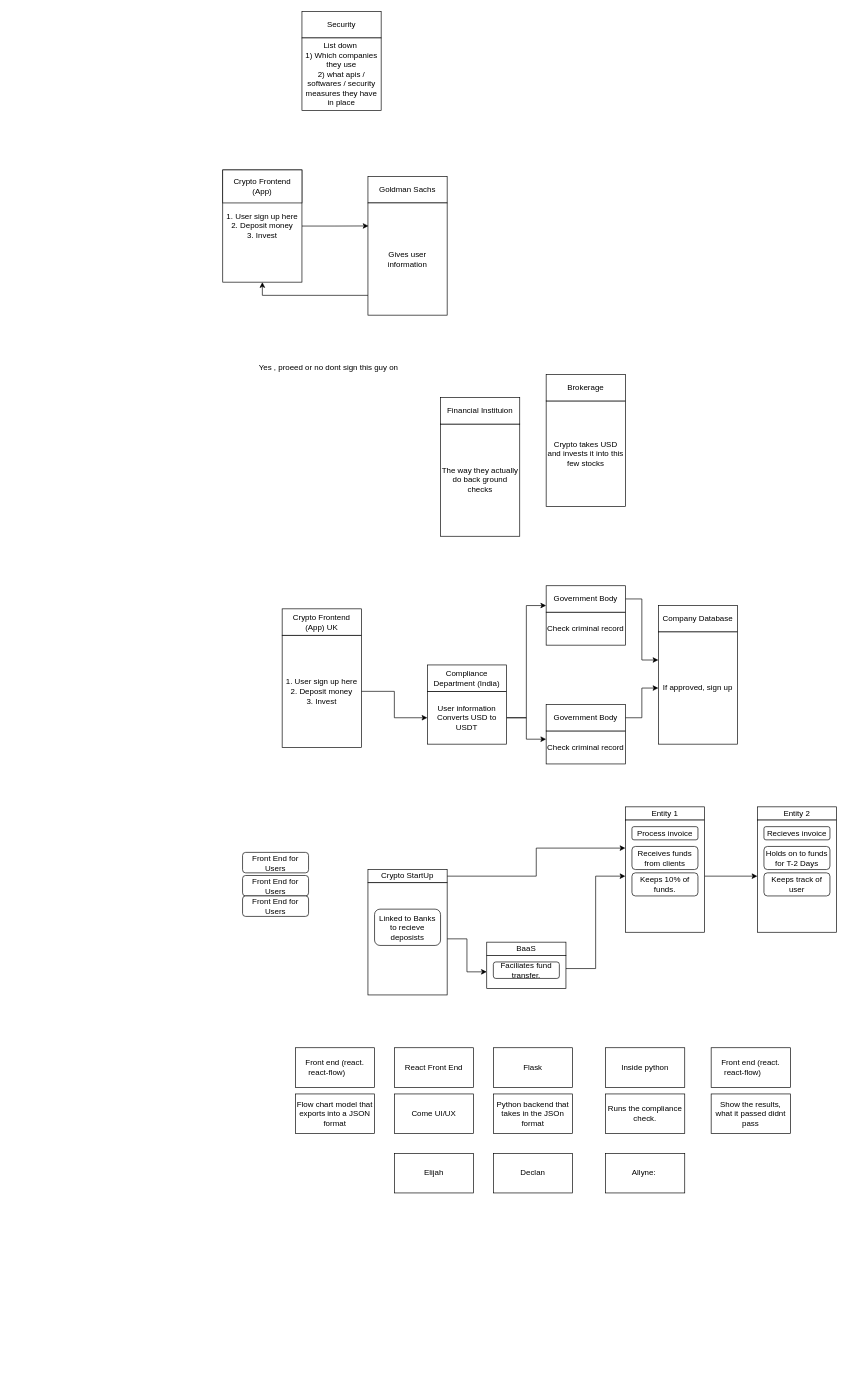
Above: images/styleFrame1.drawio in peek00/ellipsisTechHack2022 (draw.io), before the change. Source tidied: cells renumbered, new cells numbered last; positions are measured from the earlier drawing's top-left corner, leaving out a move shared by most shapes. Both pictures are drawn from the tidied source at 66%, with x=0, y=0 at pixel (222, 11).
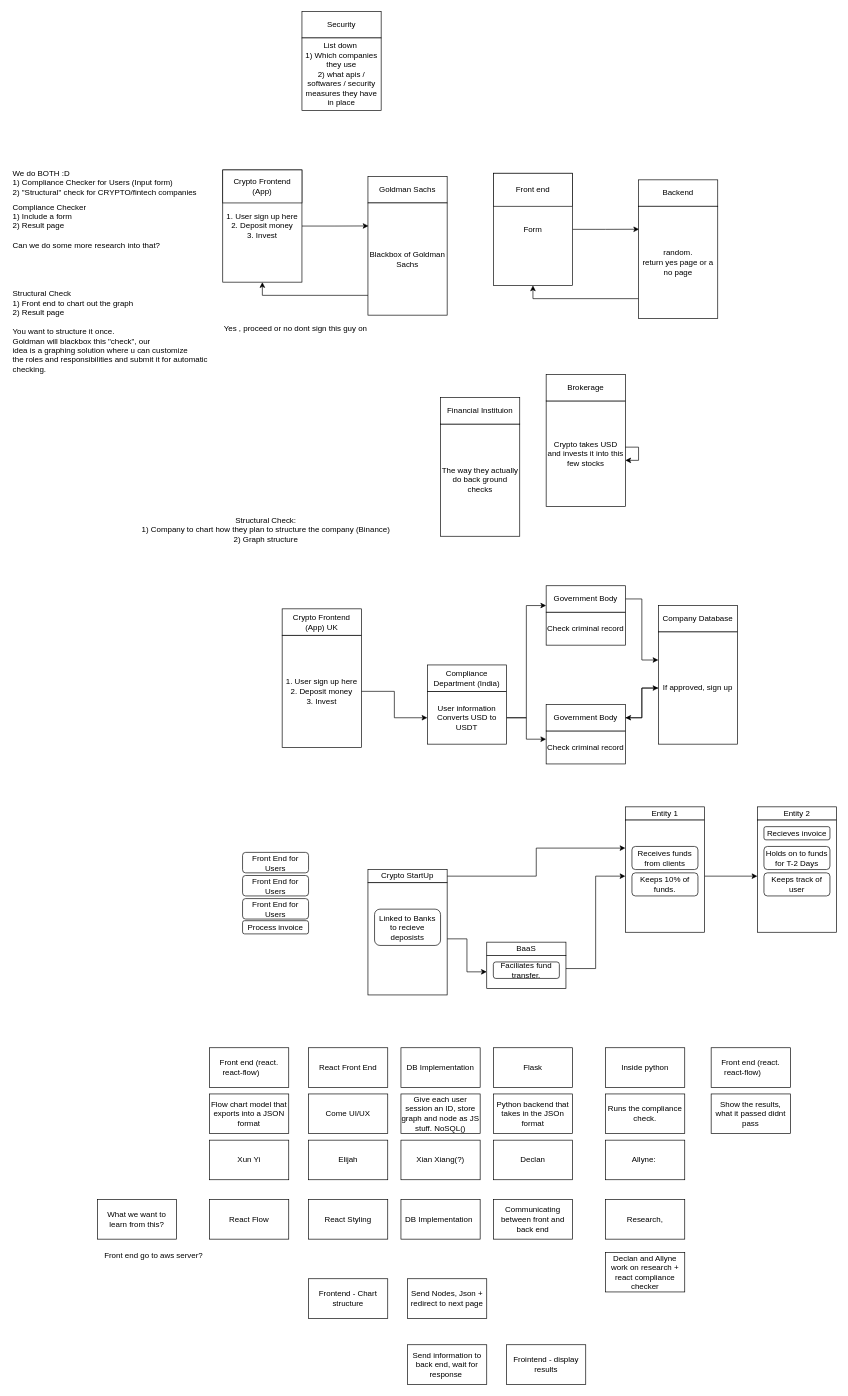
The same page after the edit.

Commit message (it also covers changes not shown here):
Adding in service type for custom node

The change refers to these unchanged cells:
```xml
<mxCell id="47" value="Crypto takes USD and invests it into this few stocks" style="rounded=0;whiteSpace=wrap;html=1;" parent="1" vertex="1">
  <mxGeometry x="490" y="590" width="120" height="160" as="geometry" />
</mxCell>
<mxCell id="51" value="Government Body" style="rounded=0;whiteSpace=wrap;html=1;" parent="1" vertex="1">
  <mxGeometry x="490" y="1050" width="120" height="40" as="geometry" />
</mxCell>
<mxCell id="56" value="If approved, sign up" style="rounded=0;whiteSpace=wrap;html=1;" parent="1" vertex="1">
  <mxGeometry x="660" y="940" width="120" height="170" as="geometry" />
</mxCell>
```

Change to the diagram source:
```diff
@@
     <mxCell id="5" value="Process invoice" style="rounded=1;whiteSpace=wrap;html=1;" parent="1" vertex="1">
-      <mxGeometry x="620" y="1235" width="100" height="20" as="geometry" />
+      <mxGeometry x="30" y="1377.5" width="100" height="20" as="geometry" />
     </mxCell>
@@
     <mxCell id="23" value="Flow chart model that exports into a JSON format" style="rounded=0;whiteSpace=wrap;html=1;" parent="1" vertex="1">
-      <mxGeometry x="110" y="1640" width="120" height="60" as="geometry" />
+      <mxGeometry x="-20" y="1640" width="120" height="60" as="geometry" />
     </mxCell>
@@
     <mxCell id="27" value="Front End for Users" style="rounded=1;whiteSpace=wrap;html=1;" parent="1" vertex="1">
-      <mxGeometry x="30" y="1340" width="100" height="31" as="geometry" />
+      <mxGeometry x="30" y="1344" width="100" height="31" as="geometry" />
     </mxCell>
     <mxCell id="28" value="Front end (react. react-flow)&lt;span style=&quot;white-space: pre;&quot;&gt;&#9;&lt;/span&gt;" style="rounded=0;whiteSpace=wrap;html=1;" parent="1" vertex="1">
-      <mxGeometry x="110" y="1570" width="120" height="60" as="geometry" />
+      <mxGeometry x="-20" y="1570" width="120" height="60" as="geometry" />
     </mxCell>
@@
     <mxCell id="33" value="Declan" style="rounded=0;whiteSpace=wrap;html=1;" parent="1" vertex="1">
-      <mxGeometry x="410" y="1730" width="120" height="60" as="geometry" />
+      <mxGeometry x="410" y="1710" width="120" height="60" as="geometry" />
     </mxCell>
     <mxCell id="34" value="Allyne:&amp;nbsp;" style="rounded=0;whiteSpace=wrap;html=1;" parent="1" vertex="1">
-      <mxGeometry x="580" y="1730" width="120" height="60" as="geometry" />
+      <mxGeometry x="580" y="1710" width="120" height="60" as="geometry" />
     </mxCell>
     <mxCell id="35" value="React Front End" style="rounded=0;whiteSpace=wrap;html=1;" parent="1" vertex="1">
-      <mxGeometry x="260" y="1570" width="120" height="60" as="geometry" />
+      <mxGeometry x="130" y="1570" width="120" height="60" as="geometry" />
     </mxCell>
     <mxCell id="36" value="Come UI/UX" style="rounded=0;whiteSpace=wrap;html=1;" parent="1" vertex="1">
-      <mxGeometry x="260" y="1640" width="120" height="60" as="geometry" />
+      <mxGeometry x="130" y="1640" width="120" height="60" as="geometry" />
     </mxCell>
     <mxCell id="37" value="Elijah" style="rounded=0;whiteSpace=wrap;html=1;" parent="1" vertex="1">
-      <mxGeometry x="260" y="1730" width="120" height="60" as="geometry" />
+      <mxGeometry x="130" y="1710" width="120" height="60" as="geometry" />
     </mxCell>
@@
+    <mxCell id="66" style="edgeStyle=orthogonalEdgeStyle;rounded=0;jettySize=auto;html=1;" parent="1" edge="1" source="56" target="51">
+      <mxGeometry relative="1" as="geometry" />
+    </mxCell>
@@
-    <mxCell id="62" value="Gives user information" style="rounded=0;whiteSpace=wrap;html=1;" parent="1" vertex="1">
+    <mxCell id="62" value="Blackbox of Goldman Sachs" style="rounded=0;whiteSpace=wrap;html=1;" parent="1" vertex="1">
       <mxGeometry x="220" y="290" width="120" height="170" as="geometry" />
     </mxCell>
-    <mxCell id="63" value="Yes , proeed or no dont sign this guy on" style="text;html=1;align=center;verticalAlign=middle;strokeColor=none;fillColor=none;" parent="1" vertex="1">
-      <mxGeometry x="45" y="525" width="230" height="30" as="geometry" />
+    <mxCell id="63" value="Yes , proceed or no dont sign this guy on" style="text;html=1;align=left;verticalAlign=middle;strokeColor=none;fillColor=none;" parent="1" vertex="1">
+      <mxGeometry y="465" width="240" height="30" as="geometry" />
     </mxCell>
@@
+    <mxCell id="67" value="DB Implementation" style="rounded=0;whiteSpace=wrap;html=1;" parent="1" vertex="1">
+      <mxGeometry x="270" y="1570" width="120" height="60" as="geometry" />
+    </mxCell>
+    <mxCell id="68" value="Give each user session an ID, store graph and node as JS stuff. NoSQL()" style="rounded=0;whiteSpace=wrap;html=1;" parent="1" vertex="1">
+      <mxGeometry x="270" y="1640" width="120" height="60" as="geometry" />
+    </mxCell>
+    <mxCell id="69" value="Xian Xiang(?)" style="rounded=0;whiteSpace=wrap;html=1;" parent="1" vertex="1">
+      <mxGeometry x="270" y="1710" width="120" height="60" as="geometry" />
+    </mxCell>
+    <mxCell id="70" value="Xun Yi" style="rounded=0;whiteSpace=wrap;html=1;" parent="1" vertex="1">
+      <mxGeometry x="-20" y="1710" width="120" height="60" as="geometry" />
+    </mxCell>
+    <mxCell id="71" value="Frontend - Chart structure" style="rounded=0;whiteSpace=wrap;html=1;" parent="1" vertex="1">
+      <mxGeometry x="130" y="1920" width="120" height="60" as="geometry" />
+    </mxCell>
+    <mxCell id="72" value="Send Nodes, Json + redirect to next page" style="rounded=0;whiteSpace=wrap;html=1;" parent="1" vertex="1">
+      <mxGeometry x="280" y="1920" width="120" height="60" as="geometry" />
+    </mxCell>
+    <mxCell id="73" value="Send information to back end, wait for response&amp;nbsp;" style="rounded=0;whiteSpace=wrap;html=1;" parent="1" vertex="1">
+      <mxGeometry x="280" y="2020" width="120" height="60" as="geometry" />
+    </mxCell>
+    <mxCell id="74" value="Frointend - display results" style="rounded=0;whiteSpace=wrap;html=1;" parent="1" vertex="1">
+      <mxGeometry x="430" y="2020" width="120" height="60" as="geometry" />
+    </mxCell>
+    <mxCell id="75" value="Compliance Checker&lt;br&gt;1) Include a form&amp;nbsp;&lt;br&gt;2) Result page&lt;br&gt;&lt;br&gt;&lt;div style=&quot;&quot;&gt;Can we do some more research into that?&amp;nbsp;&lt;/div&gt;" style="text;html=1;align=left;verticalAlign=middle;strokeColor=none;fillColor=none;" parent="1" vertex="1">
+      <mxGeometry x="-320" y="280" width="250" height="90" as="geometry" />
+    </mxCell>
+    <mxCell id="76" style="edgeStyle=orthogonalEdgeStyle;rounded=0;orthogonalLoop=1;jettySize=auto;html=1;" parent="1" edge="1" source="47" target="47">
+      <mxGeometry relative="1" as="geometry" />
+    </mxCell>
+    <mxCell id="77" value="Structural Check:&lt;br&gt;1) Company to chart how they plan to structure the company (Binance)&lt;br&gt;2) Graph structure" style="text;html=1;align=center;verticalAlign=middle;strokeColor=none;fillColor=none;" parent="1" vertex="1">
+      <mxGeometry x="-135" y="755" width="400" height="60" as="geometry" />
+    </mxCell>
+    <mxCell id="78" value="We do BOTH :D&lt;br&gt;1) Compliance Checker for Users (Input form)&lt;br&gt;2) &quot;Structural&quot; check for CRYPTO/fintech companies" style="text;html=1;align=left;verticalAlign=middle;strokeColor=none;fillColor=none;" parent="1" vertex="1">
+      <mxGeometry x="-320" y="230" width="300" height="60" as="geometry" />
+    </mxCell>
+    <mxCell id="79" value="&lt;div style=&quot;&quot;&gt;&lt;span style=&quot;background-color: initial;&quot;&gt;Structural Check&lt;/span&gt;&lt;/div&gt;&lt;div style=&quot;&quot;&gt;&lt;span style=&quot;background-color: initial;&quot;&gt;1) Front end to chart out the graph&lt;/span&gt;&lt;/div&gt;&lt;div style=&quot;&quot;&gt;&lt;span style=&quot;background-color: initial;&quot;&gt;2) Result page&lt;/span&gt;&lt;/div&gt;&lt;div style=&quot;&quot;&gt;&lt;span style=&quot;background-color: initial;&quot;&gt;&lt;br&gt;&lt;/span&gt;&lt;/div&gt;&lt;div style=&quot;&quot;&gt;You want to structure it once.&lt;/div&gt;&lt;div style=&quot;&quot;&gt;Goldman will blackbox this &quot;check&quot;, our&lt;/div&gt;&lt;div style=&quot;&quot;&gt;idea is a graphing solution where u can customize&lt;/div&gt;&lt;div style=&quot;&quot;&gt;the roles and responsibilities and submit it for automatic&lt;/div&gt;&lt;div style=&quot;&quot;&gt;checking.&lt;/div&gt;" style="text;html=1;align=left;verticalAlign=middle;strokeColor=none;fillColor=none;" parent="1" vertex="1">
+      <mxGeometry x="-320" y="415" width="320" height="140" as="geometry" />
+    </mxCell>
+    <mxCell id="80" style="edgeStyle=orthogonalEdgeStyle;rounded=0;jettySize=auto;html=1;entryX=0.007;entryY=0.205;entryDx=0;entryDy=0;entryPerimeter=0;" parent="1" edge="1" source="81" target="85">
+      <mxGeometry relative="1" as="geometry" />
+    </mxCell>
+    <mxCell id="81" value="Form" style="rounded=0;whiteSpace=wrap;html=1;" parent="1" vertex="1">
+      <mxGeometry x="410" y="245" width="120" height="170" as="geometry" />
+    </mxCell>
+    <mxCell id="82" value="Front end" style="rounded=0;whiteSpace=wrap;html=1;" parent="1" vertex="1">
+      <mxGeometry x="410" y="245" width="120" height="50" as="geometry" />
+    </mxCell>
+    <mxCell id="83" value="Backend" style="rounded=0;whiteSpace=wrap;html=1;" parent="1" vertex="1">
+      <mxGeometry x="630" y="255" width="120" height="40" as="geometry" />
+    </mxCell>
+    <mxCell id="84" style="edgeStyle=orthogonalEdgeStyle;rounded=0;jettySize=auto;html=1;entryX=0.5;entryY=1;entryDx=0;entryDy=0;" parent="1" edge="1" source="85" target="81">
+      <mxGeometry relative="1" as="geometry">
+        <Array as="points">
+          <mxPoint x="470" y="435" />
+        </Array>
+      </mxGeometry>
+    </mxCell>
+    <mxCell id="85" value="random.&lt;br&gt;return yes page or a no page" style="rounded=0;whiteSpace=wrap;html=1;" parent="1" vertex="1">
+      <mxGeometry x="630" y="295" width="120" height="170" as="geometry" />
+    </mxCell>
+    <mxCell id="86" value="What we want to learn from this?" style="rounded=0;whiteSpace=wrap;html=1;" parent="1" vertex="1">
+      <mxGeometry x="-190" y="1800" width="120" height="60" as="geometry" />
+    </mxCell>
+    <mxCell id="87" value="React Flow" style="rounded=0;whiteSpace=wrap;html=1;" parent="1" vertex="1">
+      <mxGeometry x="-20" y="1800" width="120" height="60" as="geometry" />
+    </mxCell>
+    <mxCell id="88" value="React Styling" style="rounded=0;whiteSpace=wrap;html=1;" parent="1" vertex="1">
+      <mxGeometry x="130" y="1800" width="120" height="60" as="geometry" />
+    </mxCell>
+    <mxCell id="89" value="DB Implementation&lt;span style=&quot;white-space: pre;&quot;&gt;&#9;&lt;/span&gt;" style="rounded=0;whiteSpace=wrap;html=1;" parent="1" vertex="1">
+      <mxGeometry x="270" y="1800" width="120" height="60" as="geometry" />
+    </mxCell>
+    <mxCell id="90" value="Communicating between front and back end" style="rounded=0;whiteSpace=wrap;html=1;" parent="1" vertex="1">
+      <mxGeometry x="410" y="1800" width="120" height="60" as="geometry" />
+    </mxCell>
+    <mxCell id="91" value="Research," style="rounded=0;whiteSpace=wrap;html=1;" parent="1" vertex="1">
+      <mxGeometry x="580" y="1800" width="120" height="60" as="geometry" />
+    </mxCell>
+    <mxCell id="92" value="Front end go to aws server?&lt;br&gt;" style="text;html=1;align=center;verticalAlign=middle;strokeColor=none;fillColor=none;" parent="1" vertex="1">
+      <mxGeometry x="-190" y="1870" width="170" height="30" as="geometry" />
+    </mxCell>
+    <mxCell id="93" value="Declan and Allyne work on research + react compliance checker" style="rounded=0;whiteSpace=wrap;html=1;" parent="1" vertex="1">
+      <mxGeometry x="580" y="1880" width="120" height="60" as="geometry" />
+    </mxCell>
```
